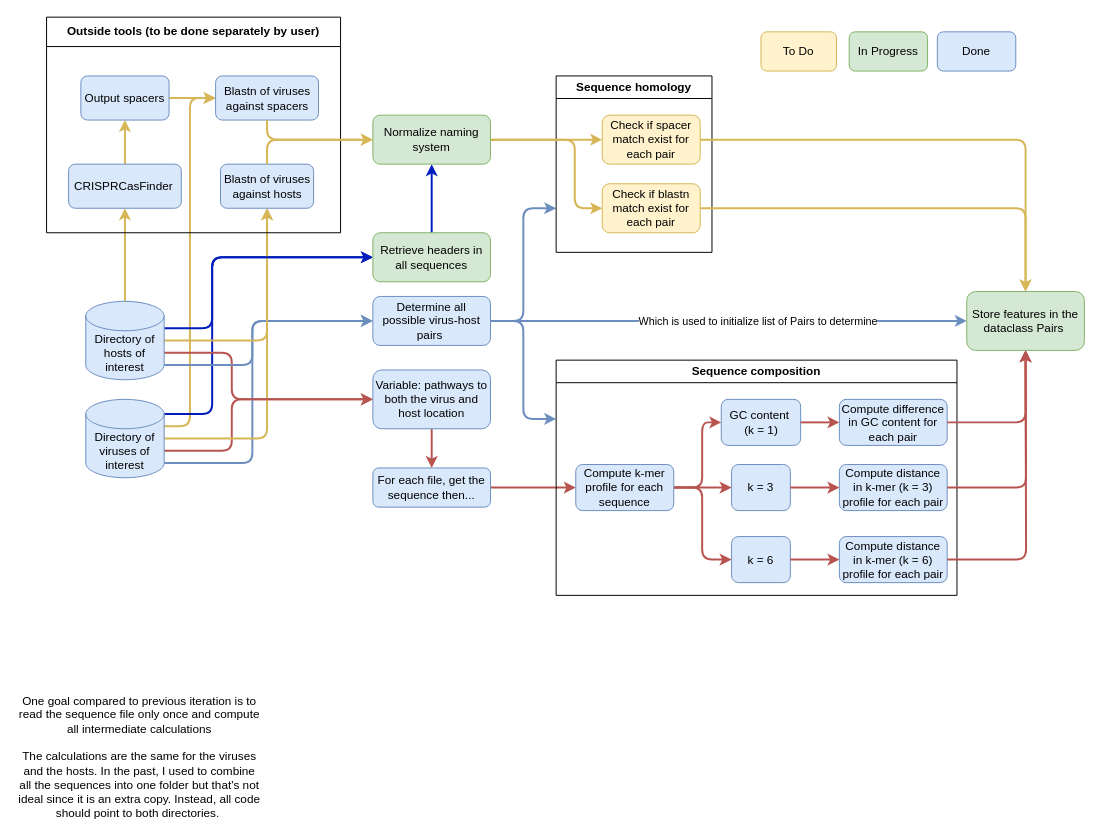
Before: design_documents/VIP_features_detailed_coloredbystatus.drawio in DuhaimeLab/VirusHostInteractionPredictor, a draw.io diagram. Source tidied: cells renumbered, new cells numbered last; positions are measured from the earlier drawing's top-left corner, leaving out a move shared by most shapes. Both pictures are drawn from the tidied source at 98%, with x=0, y=0 at pixel (17, 17).
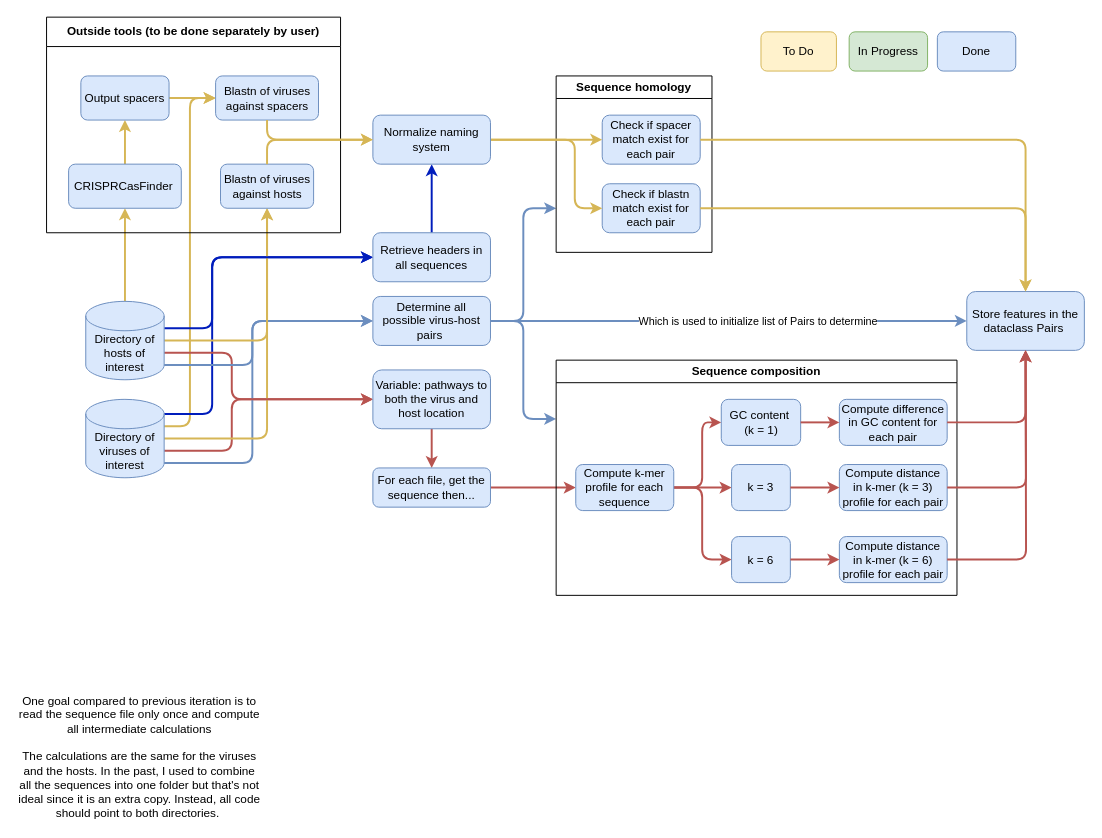
Above is the later version.

The change refers to these unchanged cells:
```xml
<mxCell id="46" value="Sequence homology" style="swimlane;whiteSpace=wrap;html=1;" parent="1" vertex="1">
  <mxGeometry x="550" y="60" width="159" height="180" as="geometry" />
</mxCell>
```

What changed in the source:
```diff
@@
-    <mxCell id="23" value="Store features in the dataclass Pairs&amp;nbsp;" style="rounded=1;whiteSpace=wrap;html=1;fillColor=#d5e8d4;strokeColor=#82b366;" parent="1" vertex="1">
+    <mxCell id="23" value="Store features in the dataclass Pairs&amp;nbsp;" style="rounded=1;whiteSpace=wrap;html=1;fillColor=#dae8fc;strokeColor=#6c8ebf;" parent="1" vertex="1">
       <mxGeometry x="969" y="280" width="120" height="60" as="geometry" />
     </mxCell>
@@
-    <mxCell id="47" value="Check if spacer match exist for each pair" style="rounded=1;whiteSpace=wrap;html=1;fillColor=#fff2cc;strokeColor=#d6b656;" parent="46" vertex="1">
+    <mxCell id="47" value="Check if spacer match exist for each pair" style="rounded=1;whiteSpace=wrap;html=1;fillColor=#dae8fc;strokeColor=#6c8ebf;" parent="46" vertex="1">
       <mxGeometry x="47" y="40" width="100" height="50" as="geometry" />
     </mxCell>
-    <mxCell id="48" value="Check if blastn match exist for each pair" style="rounded=1;whiteSpace=wrap;html=1;fillColor=#fff2cc;strokeColor=#d6b656;" parent="46" vertex="1">
+    <mxCell id="48" value="Check if blastn match exist for each pair" style="rounded=1;whiteSpace=wrap;html=1;fillColor=#dae8fc;strokeColor=#6c8ebf;" parent="46" vertex="1">
       <mxGeometry x="47" y="110" width="100" height="50" as="geometry" />
     </mxCell>
@@
-    <mxCell id="50" value="Retrieve headers in all sequences" style="rounded=1;whiteSpace=wrap;html=1;fillColor=#d5e8d4;strokeColor=#82b366;" parent="1" vertex="1">
+    <mxCell id="50" value="Retrieve headers in all sequences" style="rounded=1;whiteSpace=wrap;html=1;fillColor=#dae8fc;strokeColor=#6c8ebf;" parent="1" vertex="1">
       <mxGeometry x="363" y="220" width="120" height="50" as="geometry" />
     </mxCell>
@@
-    <mxCell id="53" value="Normalize naming system" style="rounded=1;whiteSpace=wrap;html=1;fillColor=#d5e8d4;strokeColor=#82b366;" parent="1" vertex="1">
+    <mxCell id="53" value="Normalize naming system" style="rounded=1;whiteSpace=wrap;html=1;fillColor=#dae8fc;strokeColor=#6c8ebf;" parent="1" vertex="1">
       <mxGeometry x="363" y="100" width="120" height="50" as="geometry" />
     </mxCell>
```
